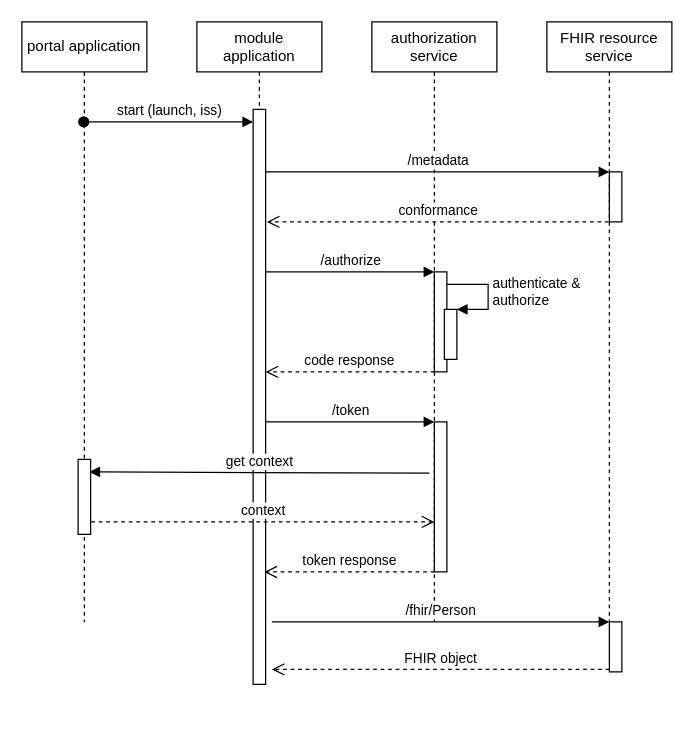
Above: diagrams/SMART HTI on FHIR.drawio in Koppeltaal/Koppeltaal-2.0-SMART-HTI-On-FHIR (draw.io), before the change. Source tidied: cells renumbered, new cells numbered last; positions are measured from the earlier drawing's top-left corner, leaving out a move shared by most shapes. Both pictures are drawn from the tidied source at 125%, with x=0, y=0 at pixel (21, 21).
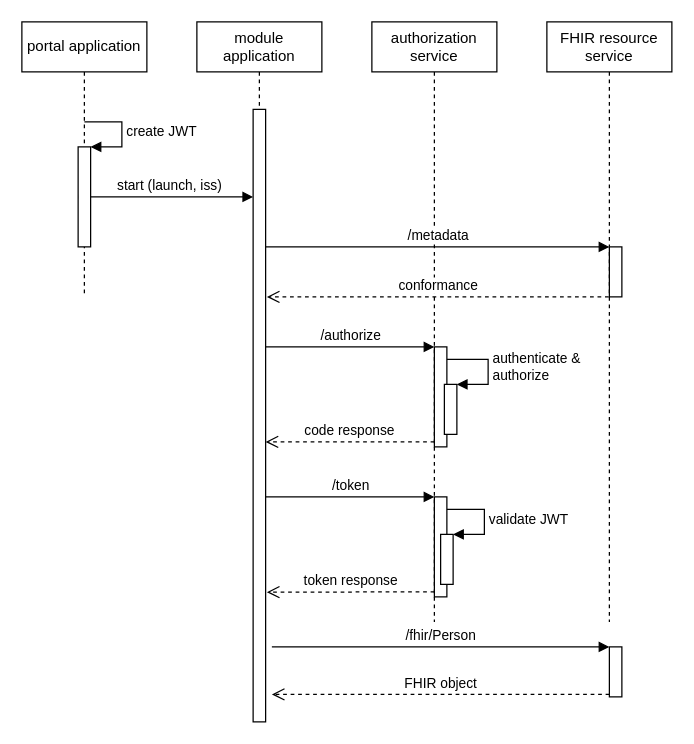
Above is the later version.

Unchanged cells that the change refers to:
```xml
<mxCell id="6" value="FHIR resource service" style="shape=umlLifeline;perimeter=lifelinePerimeter;whiteSpace=wrap;html=1;outlineConnect=0;" parent="1" vertex="1">
  <mxGeometry x="420" width="100" height="480" as="geometry" />
</mxCell>
```

What changed in the source:
```diff
@@
-    <mxCell id="2" value="module application" style="shape=umlLifeline;perimeter=lifelinePerimeter;whiteSpace=wrap;html=1;" parent="1" vertex="1">
-      <mxGeometry x="140" width="100" height="530" as="geometry" />
-    </mxCell>
-    <mxCell id="3" style="html=1;points=[];perimeter=orthogonalPerimeter;" parent="2" vertex="1">
-      <mxGeometry x="45" y="70" width="10" height="460" as="geometry" />
-    </mxCell>
     <mxCell id="4" value="portal application" style="shape=umlLifeline;perimeter=lifelinePerimeter;whiteSpace=wrap;html=1;outlineConnect=0;" parent="1" vertex="1">
-      <mxGeometry width="100" height="480" as="geometry" />
+      <mxGeometry width="100" height="220" as="geometry" />
     </mxCell>
@@
-    <mxCell id="7" value="start (launch, iss)" style="html=1;verticalAlign=bottom;startArrow=oval;endArrow=block;startSize=8;" parent="1" edge="1" source="4" target="3">
+    <mxCell id="7" value="start (launch, iss)" style="html=1;verticalAlign=bottom;startArrow=oval;endArrow=block;startSize=8;" parent="1" edge="1">
       <mxGeometry relative="1" as="geometry">
+        <mxPoint x="49.5" y="140" as="sourcePoint" />
+        <mxPoint x="185" y="140" as="targetPoint" />
         <Array as="points">
-          <mxPoint x="140" y="80" />
+          <mxPoint x="140" y="140" />
         </Array>
       </mxGeometry>
     </mxCell>
-    <mxCell id="8" style="html=1;points=[];perimeter=orthogonalPerimeter;" parent="1" vertex="1">
-      <mxGeometry x="470" y="120" width="10" height="40" as="geometry" />
-    </mxCell>
+    <mxCell id="25" style="html=1;points=[];perimeter=orthogonalPerimeter;" parent="1" vertex="1">
+      <mxGeometry x="470" y="180" width="10" height="40" as="geometry" />
+    </mxCell>
-    <mxCell id="9" value="/metadata" style="html=1;verticalAlign=bottom;endArrow=block;entryX=0;entryY=0;" parent="1" edge="1" source="3" target="8">
-      <mxGeometry relative="1" as="geometry" />
+    <mxCell id="9" value="/metadata" style="html=1;verticalAlign=bottom;endArrow=block;entryX=0;entryY=0;" parent="1" edge="1" target="25">
+      <mxGeometry relative="1" as="geometry">
+        <mxPoint x="195" y="180" as="sourcePoint" />
+      </mxGeometry>
     </mxCell>
-    <mxCell id="10" value="conformance" style="html=1;verticalAlign=bottom;endArrow=open;dashed=1;endSize=8;" parent="1" edge="1" source="6">
+    <mxCell id="10" value="conformance" style="html=1;verticalAlign=bottom;endArrow=open;dashed=1;endSize=8;" parent="1" edge="1">
       <mxGeometry relative="1" as="geometry">
-        <mxPoint x="196" y="160" as="targetPoint" />
+        <mxPoint x="469.5" y="220" as="sourcePoint" />
+        <mxPoint x="196" y="220" as="targetPoint" />
         <Array as="points">
-          <mxPoint x="410" y="160" />
+          <mxPoint x="410" y="220" />
         </Array>
       </mxGeometry>
     </mxCell>
-    <mxCell id="11" style="html=1;points=[];perimeter=orthogonalPerimeter;" parent="1" vertex="1">
-      <mxGeometry x="330" y="200" width="10" height="80" as="geometry" />
-    </mxCell>
+    <mxCell id="26" style="html=1;points=[];perimeter=orthogonalPerimeter;" parent="1" vertex="1">
+      <mxGeometry x="330" y="260" width="10" height="80" as="geometry" />
+    </mxCell>
-    <mxCell id="12" value="/authorize" style="html=1;verticalAlign=bottom;endArrow=block;entryX=0;entryY=0;" parent="1" edge="1" source="3" target="11">
-      <mxGeometry relative="1" as="geometry" />
+    <mxCell id="12" value="/authorize" style="html=1;verticalAlign=bottom;endArrow=block;entryX=0;entryY=0;" parent="1" edge="1" target="26">
+      <mxGeometry relative="1" as="geometry">
+        <mxPoint x="195" y="260" as="sourcePoint" />
+      </mxGeometry>
     </mxCell>
-    <mxCell id="13" value="code response" style="html=1;verticalAlign=bottom;endArrow=open;dashed=1;endSize=8;exitX=0;exitY=0.95;" parent="1" edge="1">
+    <mxCell id="13" value="code response" style="html=1;verticalAlign=bottom;endArrow=open;dashed=1;endSize=8;exitX=0;exitY=0.95;" parent="1" edge="1" source="26">
       <mxGeometry relative="1" as="geometry">
-        <mxPoint x="330" y="280" as="sourcePoint" />
-        <mxPoint x="195" y="280" as="targetPoint" />
+        <mxPoint x="195" y="336" as="targetPoint" />
       </mxGeometry>
     </mxCell>
-    <mxCell id="14" style="html=1;points=[];perimeter=orthogonalPerimeter;" parent="1" vertex="1">
-      <mxGeometry x="338" y="230" width="10" height="40" as="geometry" />
-    </mxCell>
+    <mxCell id="27" style="html=1;points=[];perimeter=orthogonalPerimeter;" parent="1" vertex="1">
+      <mxGeometry x="338" y="290" width="10" height="40" as="geometry" />
+    </mxCell>
-    <mxCell id="15" value="authenticate &amp;amp; &lt;br&gt;authorize" style="edgeStyle=orthogonalEdgeStyle;html=1;align=left;spacingLeft=2;endArrow=block;rounded=0;entryX=1;entryY=0;" parent="1" edge="1" target="14">
+    <mxCell id="15" value="authenticate &amp;amp; &lt;br&gt;authorize" style="edgeStyle=orthogonalEdgeStyle;html=1;align=left;spacingLeft=2;endArrow=block;rounded=0;entryX=1;entryY=0;" parent="1" edge="1" target="27">
       <mxGeometry relative="1" as="geometry">
-        <mxPoint x="340" y="210" as="sourcePoint" />
+        <mxPoint x="340" y="270" as="sourcePoint" />
         <Array as="points">
-          <mxPoint x="373" y="210" />
+          <mxPoint x="373" y="270" />
         </Array>
       </mxGeometry>
     </mxCell>
-    <mxCell id="16" style="html=1;points=[];perimeter=orthogonalPerimeter;" parent="1" vertex="1">
-      <mxGeometry x="330" y="320" width="10" height="120" as="geometry" />
-    </mxCell>
+    <mxCell id="28" style="html=1;points=[];perimeter=orthogonalPerimeter;" parent="1" vertex="1">
+      <mxGeometry x="330" y="380" width="10" height="80" as="geometry" />
+    </mxCell>
-    <mxCell id="17" value="/token" style="html=1;verticalAlign=bottom;endArrow=block;entryX=0;entryY=0;" parent="1" edge="1" target="16">
+    <mxCell id="17" value="/token" style="html=1;verticalAlign=bottom;endArrow=block;entryX=0;entryY=0;" parent="1" edge="1" target="28">
       <mxGeometry relative="1" as="geometry">
-        <mxPoint x="195" y="320" as="sourcePoint" />
+        <mxPoint x="195" y="380" as="sourcePoint" />
       </mxGeometry>
     </mxCell>
-    <mxCell id="18" value="token response" style="html=1;verticalAlign=bottom;endArrow=open;dashed=1;endSize=8;exitX=0;exitY=0.95;entryX=0.9;entryY=0.888;entryDx=0;entryDy=0;entryPerimeter=0;" parent="1" edge="1">
+    <mxCell id="18" value="token response" style="html=1;verticalAlign=bottom;endArrow=open;dashed=1;endSize=8;exitX=0;exitY=0.95;entryX=1.1;entryY=0.764;entryDx=0;entryDy=0;entryPerimeter=0;" parent="1" edge="1" source="28">
       <mxGeometry relative="1" as="geometry">
-        <mxPoint x="330" y="440" as="sourcePoint" />
-        <mxPoint x="194" y="440.1" as="targetPoint" />
+        <mxPoint x="196" y="456.2" as="targetPoint" />
       </mxGeometry>
     </mxCell>
-    <mxCell id="19" style="html=1;points=[];perimeter=orthogonalPerimeter;" parent="1" vertex="1">
-      <mxGeometry x="470" y="480" width="10" height="40" as="geometry" />
-    </mxCell>
+    <mxCell id="29" style="html=1;points=[];perimeter=orthogonalPerimeter;" parent="1" vertex="1">
+      <mxGeometry x="470" y="500" width="10" height="40" as="geometry" />
+    </mxCell>
-    <mxCell id="20" value="/fhir/Person" style="html=1;verticalAlign=bottom;endArrow=block;entryX=0;entryY=0;exitX=1.5;exitY=0.805;exitDx=0;exitDy=0;exitPerimeter=0;" parent="1" edge="1" target="19">
+    <mxCell id="20" value="/fhir/Person" style="html=1;verticalAlign=bottom;endArrow=block;entryX=0;entryY=0;exitX=1.5;exitY=0.805;exitDx=0;exitDy=0;exitPerimeter=0;" parent="1" edge="1" target="29">
       <mxGeometry relative="1" as="geometry">
-        <mxPoint x="200" y="480" as="sourcePoint" />
+        <mxPoint x="200" y="500" as="sourcePoint" />
       </mxGeometry>
     </mxCell>
-    <mxCell id="21" value="FHIR object" style="html=1;verticalAlign=bottom;endArrow=open;dashed=1;endSize=8;exitX=0;exitY=0.95;" parent="1" edge="1" source="19">
+    <mxCell id="21" value="FHIR object" style="html=1;verticalAlign=bottom;endArrow=open;dashed=1;endSize=8;exitX=0;exitY=0.95;" parent="1" edge="1" source="29">
       <mxGeometry relative="1" as="geometry">
-        <mxPoint x="200" y="518" as="targetPoint" />
+        <mxPoint x="200" y="538" as="targetPoint" />
       </mxGeometry>
     </mxCell>
-    <mxCell id="22" style="html=1;points=[];perimeter=orthogonalPerimeter;" parent="1" vertex="1">
-      <mxGeometry x="45" y="350" width="10" height="60" as="geometry" />
-    </mxCell>
-    <mxCell id="23" value="get context" style="html=1;verticalAlign=bottom;endArrow=block;exitX=-0.4;exitY=0.342;exitDx=0;exitDy=0;exitPerimeter=0;entryX=0.9;entryY=0.167;entryDx=0;entryDy=0;entryPerimeter=0;" parent="1" edge="1" source="16" target="22">
-      <mxGeometry relative="1" as="geometry" />
-    </mxCell>
-    <mxCell id="24" value="context" style="html=1;verticalAlign=bottom;endArrow=open;dashed=1;endSize=8;" parent="1" edge="1">
-      <mxGeometry relative="1" as="geometry">
-        <mxPoint x="55.5" y="400" as="sourcePoint" />
-        <mxPoint x="330" y="400" as="targetPoint" />
-        <Array as="points">
-          <mxPoint x="120.5" y="400" />
-        </Array>
-      </mxGeometry>
-    </mxCell>
+    <mxCell id="30" style="html=1;points=[];perimeter=orthogonalPerimeter;" parent="1" vertex="1">
+      <mxGeometry x="45" y="100" width="10" height="80" as="geometry" />
+    </mxCell>
+    <mxCell id="31" value="create JWT" style="edgeStyle=orthogonalEdgeStyle;html=1;align=left;spacingLeft=2;endArrow=block;rounded=0;entryX=1;entryY=0;" parent="1" edge="1" target="30">
+      <mxGeometry relative="1" as="geometry">
+        <mxPoint x="50" y="80" as="sourcePoint" />
+        <Array as="points">
+          <mxPoint x="80" y="80" />
+        </Array>
+      </mxGeometry>
+    </mxCell>
+    <mxCell id="32" style="html=1;points=[];perimeter=orthogonalPerimeter;" parent="1" vertex="1">
+      <mxGeometry x="335" y="410" width="10" height="40" as="geometry" />
+    </mxCell>
+    <mxCell id="33" value="validate JWT" style="edgeStyle=orthogonalEdgeStyle;html=1;align=left;spacingLeft=2;endArrow=block;rounded=0;entryX=1;entryY=0;" parent="1" edge="1" target="32">
+      <mxGeometry relative="1" as="geometry">
+        <mxPoint x="340" y="390" as="sourcePoint" />
+        <Array as="points">
+          <mxPoint x="370" y="390" />
+        </Array>
+      </mxGeometry>
+    </mxCell>
+    <mxCell id="2" value="module application" style="shape=umlLifeline;perimeter=lifelinePerimeter;whiteSpace=wrap;html=1;" parent="1" vertex="1">
+      <mxGeometry x="140" width="100" height="560" as="geometry" />
+    </mxCell>
+    <mxCell id="34" style="html=1;perimeter=orthogonalPerimeter;" parent="2" vertex="1">
+      <mxGeometry x="45" y="70" width="10" height="490" as="geometry" />
+    </mxCell>
```
